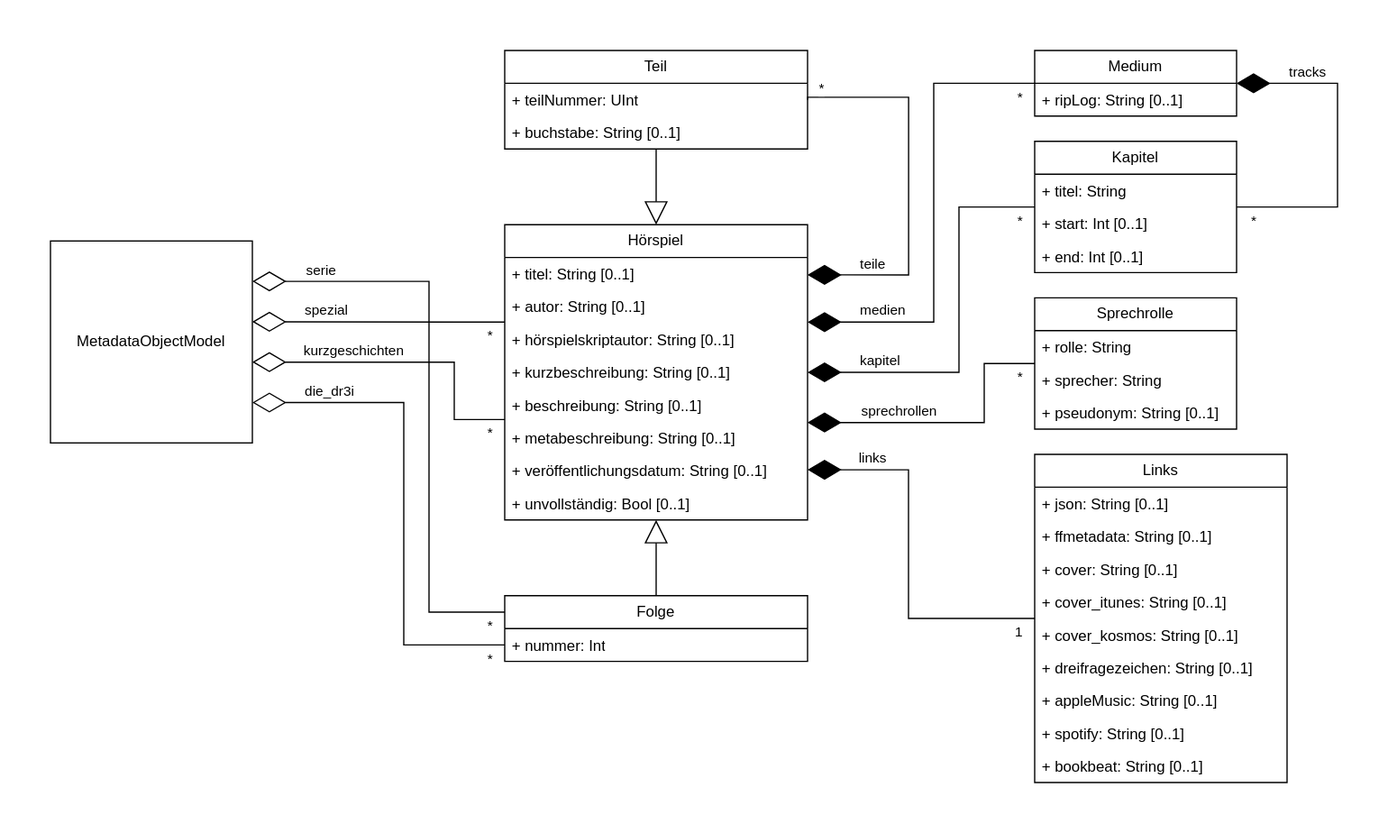
Above: model/objectModel.svg in YourMJK/dreimetadaten (draw.io), before the change. Source tidied: cells renumbered, new cells last; positions are measured from the earlier drawing's top-left corner, leaving out a move shared by most shapes.
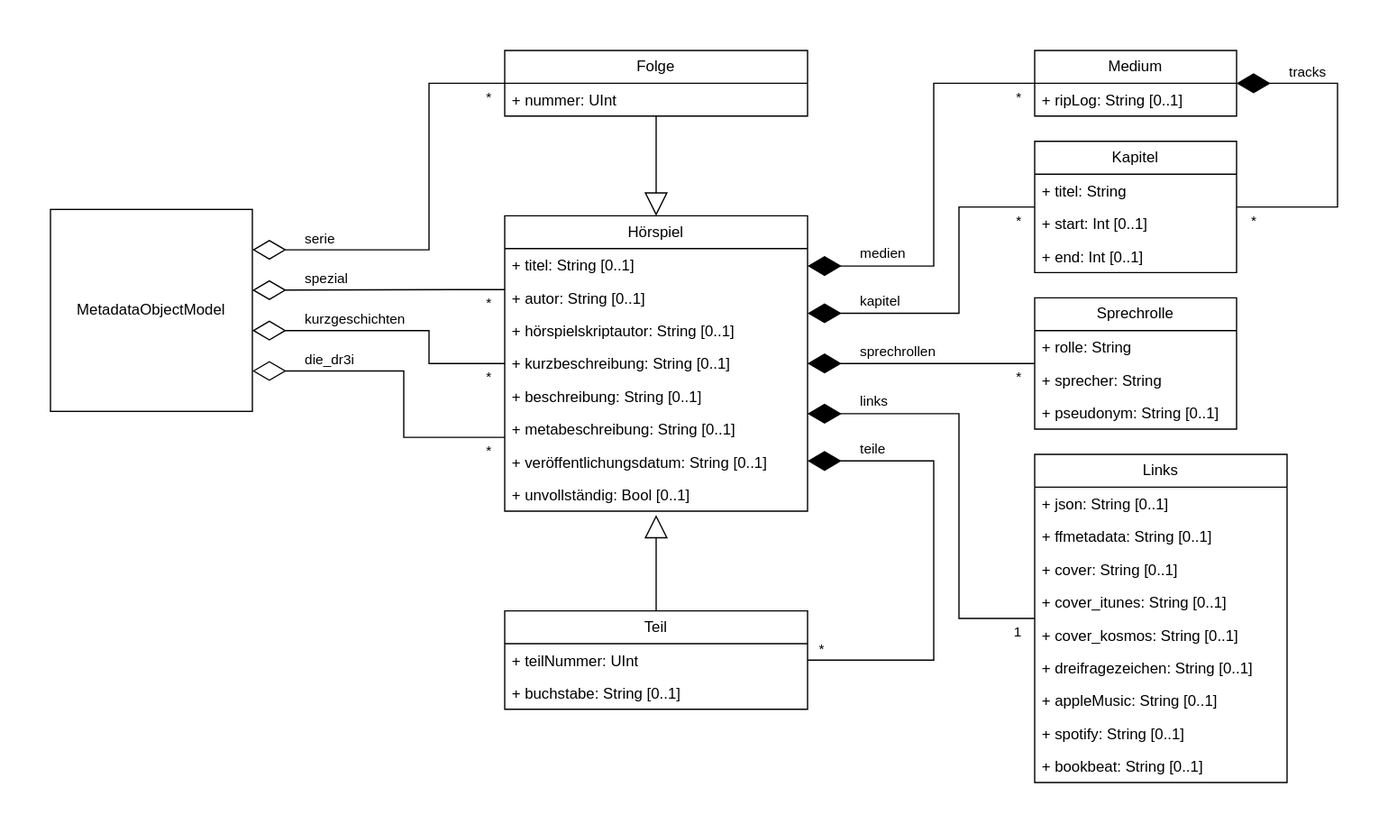
After the change.

Commit message:
code: Changed models for "die_dr3i" collection members to have an _optional_ "nummer" value

What changed in the source:
```diff
@@ -3,10 +3,10 @@
     <mxCell id="0" />
     <mxCell id="1" parent="0" />
     <mxCell id="2" value="MetadataObjectModel" style="html=1;whiteSpace=wrap;points=[[0,0,0,0,0],[0,0.25,0,0,0],[0,0.5,0,0,0],[0,0.75,0,0,0],[0,1,0,0,0],[0.25,0,0,0,0],[0.25,1,0,0,0],[0.5,0,0,0,0],[0.5,1,0,0,0],[0.75,0,0,0,0],[0.75,1,0,0,0],[1,0,0,0,0],[1,0.2,0,0,0],[1,0.4,0,0,0],[1,0.6,0,0,0],[1,0.8,0,0,0],[1,1,0,0,0]];" parent="1" vertex="1">
-      <mxGeometry y="150.9" width="160" height="160" as="geometry" />
+      <mxGeometry y="125.9" width="160" height="160" as="geometry" />
     </mxCell>
-    <mxCell id="3" value="Hörspiel" style="swimlane;fontStyle=0;horizontal=1;startSize=26;fillColor=none;whiteSpace=wrap;html=1;points=[[0,0,0,0,0],[0,0.33,0,0,0],[0,0.66,0,0,0],[0,1,0,0,0],[0.25,0,0,0,0],[0.25,1,0,0,0],[0.5,0,0,0,0],[0.5,1,0,0,0],[0.75,0,0,0,0],[0.75,1,0,0,0],[1,0,0,0,0],[1,0.17,0,0,0],[1,0.33,0,0,0],[1,0.5,0,0,0],[1,0.67,0,0,0],[1,0.83,0,0,0],[1,1,0,0,0]];" parent="1" vertex="1">
-      <mxGeometry x="360" y="138" width="240" height="234" as="geometry" />
+    <mxCell id="3" value="Hörspiel" style="swimlane;fontStyle=0;horizontal=1;startSize=26;fillColor=none;whiteSpace=wrap;html=1;points=[[0,0,0,0,0],[0,0.25,0,0,0],[0,0.5,0,0,0],[0,0.75,0,0,0],[0,1,0,0,0],[0.25,0,0,0,0],[0.25,1,0,0,0],[0.5,0,0,0,0],[0.5,1,0,0,0],[0.75,0,0,0,0],[0.75,1,0,0,0],[1,0,0,0,0],[1,0.17,0,0,0],[1,0.33,0,0,0],[1,0.5,0,0,0],[1,0.67,0,0,0],[1,0.83,0,0,0],[1,1,0,0,0]];" parent="1" vertex="1">
+      <mxGeometry x="360" y="131" width="240" height="234" as="geometry" />
     </mxCell>
     <mxCell id="4" value="+ titel: String [0..1]" style="text;strokeColor=none;fillColor=none;align=left;verticalAlign=top;spacingLeft=4;spacingRight=4;overflow=hidden;whiteSpace=wrap;html=1;" parent="3" vertex="1">
       <mxGeometry y="26" width="240" height="26" as="geometry" />
@@ -32,19 +32,19 @@
     <mxCell id="11" value="+ unvollständig: Bool [0..1]" style="text;strokeColor=none;fillColor=none;align=left;verticalAlign=top;spacingLeft=4;spacingRight=4;overflow=hidden;points=[[0,0.5],[1,0.5]];portConstraint=eastwest;whiteSpace=wrap;html=1;" parent="3" vertex="1">
       <mxGeometry y="208" width="240" height="26" as="geometry" />
     </mxCell>
-    <mxCell id="12" value="Folge" style="swimlane;fontStyle=0;horizontal=1;startSize=26;fillColor=none;whiteSpace=wrap;html=1;points=[[0,0,0,0,0],[0,0.25,0,0,0],[0,0.75,0,0,0],[0,1,0,0,0],[0.25,0,0,0,0],[0.25,1,0,0,0],[0.5,0,0,0,0],[0.5,1,0,0,0],[0.75,0,0,0,0],[0.75,1,0,0,0],[1,0,0,0,0],[1,0.25,0,0,0],[1,0.5,0,0,0],[1,0.75,0,0,0],[1,1,0,0,0]];" parent="1" vertex="1">
-      <mxGeometry x="360" y="432" width="240" height="52" as="geometry" />
+    <mxCell id="12" value="Folge" style="swimlane;fontStyle=0;horizontal=1;startSize=26;fillColor=none;whiteSpace=wrap;html=1;points=[[0,0,0,0,0],[0,0.5,0,0,0],[0,1,0,0,0],[0.25,0,0,0,0],[0.25,1,0,0,0],[0.5,0,0,0,0],[0.5,1,0,0,0],[0.75,0,0,0,0],[0.75,1,0,0,0],[1,0,0,0,0],[1,0.25,0,0,0],[1,0.5,0,0,0],[1,0.75,0,0,0],[1,1,0,0,0]];" parent="1" vertex="1">
+      <mxGeometry x="360" width="240" height="52" as="geometry" />
     </mxCell>
-    <mxCell id="13" value="+ nummer: Int" style="text;strokeColor=none;fillColor=none;align=left;verticalAlign=top;spacingLeft=4;spacingRight=4;overflow=hidden;whiteSpace=wrap;html=1;" parent="12" vertex="1">
+    <mxCell id="13" value="+ nummer: UInt" style="text;strokeColor=none;fillColor=none;align=left;verticalAlign=top;spacingLeft=4;spacingRight=4;overflow=hidden;whiteSpace=wrap;html=1;" parent="12" vertex="1">
       <mxGeometry y="26" width="240" height="26" as="geometry" />
     </mxCell>
-    <mxCell id="14" style="endArrow=block;endSize=16;endFill=0;html=1;rounded=0;jumpStyle=none;flowAnimation=0;edgeStyle=elbowEdgeStyle;exitX=0.5;exitY=0;exitDx=0;exitDy=0;elbow=vertical;entryX=0.5;entryY=1;entryDx=0;entryDy=0;entryPerimeter=0;" parent="1" edge="1" source="12" target="3">
+    <mxCell id="14" style="endArrow=block;endSize=16;endFill=0;html=1;rounded=0;jumpStyle=none;flowAnimation=0;edgeStyle=elbowEdgeStyle;elbow=vertical;entryX=0.5;entryY=0;entryDx=0;entryDy=0;entryPerimeter=0;" parent="1" edge="1" source="12" target="3">
       <mxGeometry relative="1" as="geometry" />
     </mxCell>
-    <mxCell id="15" style="endArrow=diamondThin;endFill=0;endSize=24;html=1;rounded=0;edgeStyle=elbowEdgeStyle;entryX=1;entryY=0.2;entryDx=0;entryDy=0;entryPerimeter=0;exitX=0;exitY=0.25;exitDx=0;exitDy=0;exitPerimeter=0;" parent="1" edge="1" source="12" target="2">
+    <mxCell id="15" style="endArrow=diamondThin;endFill=0;endSize=24;html=1;rounded=0;edgeStyle=elbowEdgeStyle;entryX=1;entryY=0.2;entryDx=0;entryDy=0;entryPerimeter=0;exitX=0;exitY=0.5;exitDx=0;exitDy=0;exitPerimeter=0;" parent="1" edge="1" source="12" target="2">
       <mxGeometry relative="1" as="geometry">
         <Array as="points">
-          <mxPoint x="300" y="308" />
+          <mxPoint x="300" y="100" />
         </Array>
       </mxGeometry>
     </mxCell>
@@ -58,7 +58,7 @@
         <mxPoint x="-10" as="offset" />
       </mxGeometry>
     </mxCell>
-    <mxCell id="18" style="endArrow=diamondThin;endFill=0;endSize=24;html=1;rounded=0;edgeStyle=elbowEdgeStyle;entryX=1;entryY=0.4;entryDx=0;entryDy=0;entryPerimeter=0;exitX=0;exitY=0.33;exitDx=0;exitDy=0;exitPerimeter=0;" parent="1" edge="1" source="3" target="2">
+    <mxCell id="18" style="endArrow=diamondThin;endFill=0;endSize=24;html=1;rounded=0;edgeStyle=elbowEdgeStyle;entryX=1;entryY=0.4;entryDx=0;entryDy=0;entryPerimeter=0;exitX=0;exitY=0.25;exitDx=0;exitDy=0;exitPerimeter=0;" parent="1" edge="1" source="3" target="2">
       <mxGeometry relative="1" as="geometry">
         <Array as="points">
           <mxPoint x="320" y="197.9" />
@@ -75,10 +75,10 @@
         <mxPoint x="-10" as="offset" />
       </mxGeometry>
     </mxCell>
-    <mxCell id="21" style="endArrow=diamondThin;endFill=0;endSize=24;html=1;rounded=0;edgeStyle=elbowEdgeStyle;entryX=1;entryY=0.6;entryDx=0;entryDy=0;entryPerimeter=0;exitX=0;exitY=0.66;exitDx=0;exitDy=0;exitPerimeter=0;" parent="1" edge="1" source="3" target="2">
+    <mxCell id="21" style="endArrow=diamondThin;endFill=0;endSize=24;html=1;rounded=0;edgeStyle=elbowEdgeStyle;entryX=1;entryY=0.6;entryDx=0;entryDy=0;entryPerimeter=0;exitX=0;exitY=0.5;exitDx=0;exitDy=0;exitPerimeter=0;" parent="1" edge="1" source="3" target="2">
       <mxGeometry relative="1" as="geometry">
         <Array as="points">
-          <mxPoint x="320" y="268" />
+          <mxPoint x="300" y="240" />
         </Array>
       </mxGeometry>
     </mxCell>
@@ -92,10 +92,10 @@
         <mxPoint x="-10" as="offset" />
       </mxGeometry>
     </mxCell>
-    <mxCell id="24" style="endArrow=diamondThin;endFill=0;endSize=24;html=1;rounded=0;entryX=1;entryY=0.8;entryDx=0;entryDy=0;entryPerimeter=0;edgeStyle=elbowEdgeStyle;exitX=0;exitY=0.75;exitDx=0;exitDy=0;exitPerimeter=0;" parent="1" edge="1" source="12" target="2">
+    <mxCell id="24" style="endArrow=diamondThin;endFill=0;endSize=24;html=1;rounded=0;entryX=1;entryY=0.8;entryDx=0;entryDy=0;entryPerimeter=0;edgeStyle=elbowEdgeStyle;exitX=0;exitY=0.75;exitDx=0;exitDy=0;exitPerimeter=0;" parent="1" edge="1" source="3" target="2">
       <mxGeometry relative="1" as="geometry">
         <Array as="points">
-          <mxPoint x="280" y="378" />
+          <mxPoint x="280" y="290" />
         </Array>
       </mxGeometry>
     </mxCell>
@@ -109,12 +109,10 @@
         <mxPoint x="-10" as="offset" />
       </mxGeometry>
     </mxCell>
-    <mxCell id="27" style="endArrow=diamondThin;endFill=1;endSize=24;html=1;rounded=0;edgeStyle=orthogonalEdgeStyle;entryX=1;entryY=0.17;entryDx=0;entryDy=0;entryPerimeter=0;exitX=1;exitY=0.5;exitDx=0;exitDy=0;exitPerimeter=0;" parent="1" edge="1" source="55" target="3">
+    <mxCell id="27" style="endArrow=diamondThin;endFill=1;endSize=24;html=1;rounded=0;edgeStyle=elbowEdgeStyle;entryX=1;entryY=0.83;entryDx=0;entryDy=0;entryPerimeter=0;exitX=1;exitY=0.5;exitDx=0;exitDy=0;exitPerimeter=0;" parent="1" edge="1" source="55" target="3">
       <mxGeometry relative="1" as="geometry">
         <Array as="points">
-          <mxPoint x="600" y="37" />
-          <mxPoint x="680" y="37" />
-          <mxPoint x="680" y="178" />
+          <mxPoint x="700" y="400" />
         </Array>
       </mxGeometry>
     </mxCell>
@@ -128,7 +126,7 @@
         <mxPoint x="10" y="-10" as="offset" />
       </mxGeometry>
     </mxCell>
-    <mxCell id="30" style="endArrow=diamondThin;endFill=1;endSize=24;html=1;rounded=0;edgeStyle=elbowEdgeStyle;entryX=1;entryY=0.33;entryDx=0;entryDy=0;entryPerimeter=0;exitX=0;exitY=0.5;exitDx=0;exitDy=0;" parent="1" edge="1" source="42" target="3">
+    <mxCell id="30" style="endArrow=diamondThin;endFill=1;endSize=24;html=1;rounded=0;edgeStyle=elbowEdgeStyle;entryX=1;entryY=0.17;entryDx=0;entryDy=0;entryPerimeter=0;exitX=0;exitY=0.5;exitDx=0;exitDy=0;" parent="1" edge="1" source="42" target="3">
       <mxGeometry relative="1" as="geometry">
         <Array as="points">
           <mxPoint x="700" y="118" />
@@ -145,7 +143,7 @@
         <mxPoint x="-10" as="offset" />
       </mxGeometry>
     </mxCell>
-    <mxCell id="33" style="endArrow=diamondThin;endFill=1;endSize=24;html=1;rounded=0;edgeStyle=elbowEdgeStyle;entryX=1;entryY=0.5;entryDx=0;entryDy=0;entryPerimeter=0;exitX=0;exitY=0.5;exitDx=0;exitDy=0;" parent="1" edge="1" source="44" target="3">
+    <mxCell id="33" style="endArrow=diamondThin;endFill=1;endSize=24;html=1;rounded=0;edgeStyle=elbowEdgeStyle;entryX=1;entryY=0.33;entryDx=0;entryDy=0;entryPerimeter=0;exitX=0;exitY=0.5;exitDx=0;exitDy=0;" parent="1" edge="1" source="44" target="3">
       <mxGeometry relative="1" as="geometry">
         <Array as="points">
           <mxPoint x="720" y="188" />
@@ -162,7 +160,7 @@
         <mxPoint x="-10" as="offset" />
       </mxGeometry>
     </mxCell>
-    <mxCell id="36" style="endArrow=diamondThin;endFill=1;endSize=24;html=1;rounded=0;edgeStyle=elbowEdgeStyle;entryX=1;entryY=0.67;entryDx=0;entryDy=0;entryPerimeter=0;exitX=0;exitY=0.5;exitDx=0;exitDy=0;" parent="1" edge="1" source="51" target="3">
+    <mxCell id="36" style="endArrow=diamondThin;endFill=1;endSize=24;html=1;rounded=0;edgeStyle=elbowEdgeStyle;entryX=1;entryY=0.5;entryDx=0;entryDy=0;entryPerimeter=0;exitX=0;exitY=0.5;exitDx=0;exitDy=0;" parent="1" edge="1" source="51" target="3">
       <mxGeometry relative="1" as="geometry">
         <Array as="points">
           <mxPoint x="740" y="268" />
@@ -179,10 +177,10 @@
         <mxPoint x="-10" as="offset" />
       </mxGeometry>
     </mxCell>
-    <mxCell id="39" style="endArrow=diamondThin;endFill=1;endSize=24;html=1;rounded=0;edgeStyle=elbowEdgeStyle;entryX=1;entryY=0.83;entryDx=0;entryDy=0;entryPerimeter=0;exitX=0;exitY=0.5;exitDx=0;exitDy=0;" parent="1" edge="1" source="59" target="3">
+    <mxCell id="39" style="endArrow=diamondThin;endFill=1;endSize=24;html=1;rounded=0;edgeStyle=elbowEdgeStyle;entryX=1;entryY=0.67;entryDx=0;entryDy=0;entryPerimeter=0;exitX=0;exitY=0.5;exitDx=0;exitDy=0;" parent="1" edge="1" source="59" target="3">
       <mxGeometry relative="1" as="geometry">
         <Array as="points">
-          <mxPoint x="680" y="338" />
+          <mxPoint x="720" y="370" />
         </Array>
       </mxGeometry>
     </mxCell>
@@ -244,7 +242,7 @@
       <mxGeometry y="78" width="160" height="26" as="geometry" />
     </mxCell>
     <mxCell id="55" value="Teil" style="swimlane;fontStyle=0;horizontal=1;startSize=26;fillColor=none;whiteSpace=wrap;html=1;points=[[0,0,0,0,0],[0,0.25,0,0,0],[0,0.75,0,0,0],[0,1,0,0,0],[0.25,0,0,0,0],[0.25,1,0,0,0],[0.5,0,0,0,0],[0.5,1,0,0,0],[0.75,0,0,0,0],[0.75,1,0,0,0],[1,0,0,0,0],[1,0.25,0,0,0],[1,0.5,0,0,0],[1,0.75,0,0,0],[1,1,0,0,0]];" parent="1" vertex="1">
-      <mxGeometry x="360" width="240" height="78" as="geometry" />
+      <mxGeometry x="360" y="444" width="240" height="78" as="geometry" />
     </mxCell>
     <mxCell id="56" value="+ teilNummer: UInt" style="text;strokeColor=none;fillColor=none;align=left;verticalAlign=top;spacingLeft=4;spacingRight=4;overflow=hidden;whiteSpace=wrap;html=1;" parent="55" vertex="1">
       <mxGeometry y="26" width="240" height="26" as="geometry" />
@@ -252,7 +250,7 @@
     <mxCell id="57" value="+ buchstabe: String [0..1]" style="text;strokeColor=none;fillColor=none;align=left;verticalAlign=top;spacingLeft=4;spacingRight=4;overflow=hidden;whiteSpace=wrap;html=1;" parent="55" vertex="1">
       <mxGeometry y="52" width="240" height="26" as="geometry" />
     </mxCell>
-    <mxCell id="58" style="endArrow=block;endSize=16;endFill=0;html=1;rounded=0;jumpStyle=none;flowAnimation=0;edgeStyle=elbowEdgeStyle;exitX=0.5;exitY=1;exitDx=0;exitDy=0;elbow=vertical;entryX=0.5;entryY=0;entryDx=0;entryDy=0;entryPerimeter=0;exitPerimeter=0;" parent="1" edge="1" source="55" target="3">
+    <mxCell id="58" style="endArrow=block;endSize=16;endFill=0;html=1;rounded=0;jumpStyle=none;flowAnimation=0;edgeStyle=elbowEdgeStyle;elbow=vertical;entryX=0.5;entryY=1.115;entryDx=0;entryDy=0;entryPerimeter=0;" parent="1" edge="1" source="55" target="11">
       <mxGeometry relative="1" as="geometry" />
     </mxCell>
     <mxCell id="59" value="Links" style="swimlane;fontStyle=0;horizontal=1;startSize=26;fillColor=none;whiteSpace=wrap;html=1;" parent="1" vertex="1">
```
